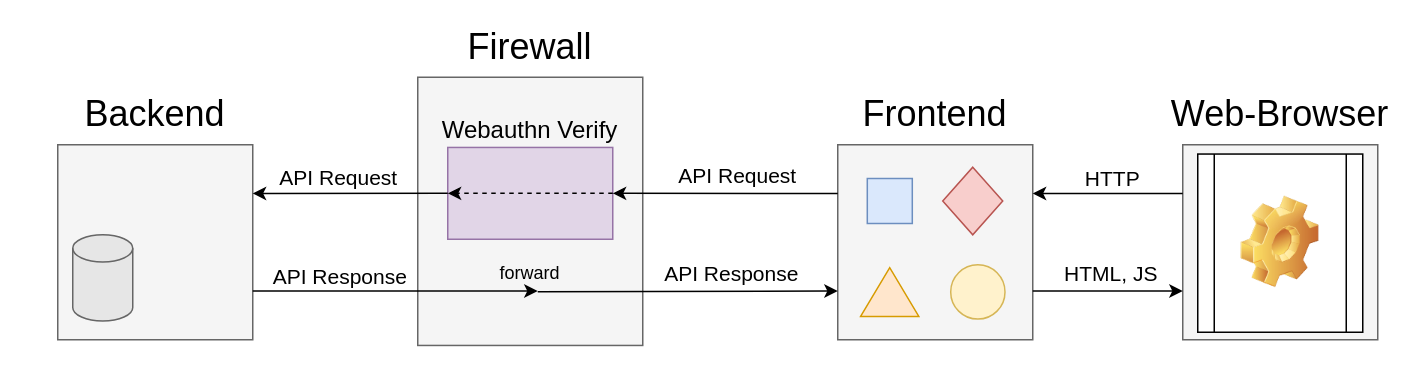
The draw.io diagram images/RESTful_with_firewall.drawio in DamianB-BitFlipper/MEng-Thesis, before the edit. Source tidied: cells renumbered, new cells numbered last; positions are measured from the earlier drawing's top-left corner, leaving out a move shared by most shapes. Both pictures are drawn from the tidied source at 150%, with x=0, y=0 at pixel (57, 32).
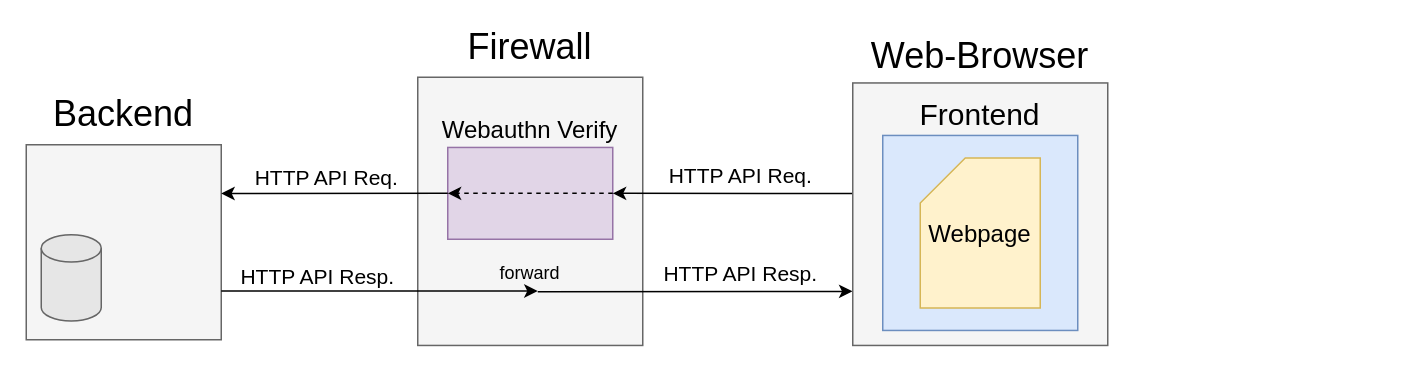
The same page after the edit.

The change refers to these unchanged cells:
```xml
<mxCell id="17" style="rounded=0;whiteSpace=wrap;html=1;fillColor=#e1d5e7;strokeColor=#9673a6;" parent="1" vertex="1">
  <mxGeometry x="260" y="76.8" width="110" height="61.2" as="geometry" />
</mxCell>
<mxCell id="24" style="endArrow=classic;html=1;exitX=0;exitY=0.5;exitDx=0;exitDy=0;entryX=1;entryY=0.25;entryDx=0;entryDy=0;" parent="1" edge="1" source="17" target="8">
  <mxGeometry relative="1" as="geometry" />
</mxCell>
<mxCell id="26" style="endArrow=classic;html=1;exitX=1;exitY=0.75;exitDx=0;exitDy=0;entryX=0.533;entryY=0.797;entryDx=0;entryDy=0;entryPerimeter=0;" parent="1" edge="1" source="8" target="15">
  <mxGeometry relative="1" as="geometry" />
</mxCell>
```

Change to the diagram source:
```diff
@@
-    <mxCell id="2" style="rounded=0;whiteSpace=wrap;html=1;fillColor=#f5f5f5;strokeColor=#666666;fontColor=#333333;" parent="1" vertex="1">
-      <mxGeometry x="520" y="75" width="130" height="130" as="geometry" />
-    </mxCell>
-    <mxCell id="3" value="&lt;font style=&quot;font-size: 24px&quot;&gt;Frontend&lt;/font&gt;" style="text;html=1;strokeColor=none;fillColor=none;align=center;verticalAlign=middle;whiteSpace=wrap;rounded=0;" parent="1" vertex="1">
-      <mxGeometry x="520" y="45" width="130" height="20" as="geometry" />
-    </mxCell>
-    <mxCell id="4" style="rhombus;whiteSpace=wrap;html=1;fillColor=#f8cecc;strokeColor=#b85450;" parent="1" vertex="1">
-      <mxGeometry x="590" y="90" width="40" height="45" as="geometry" />
-    </mxCell>
-    <mxCell id="5" style="rounded=0;whiteSpace=wrap;html=1;fillColor=#dae8fc;strokeColor=#6c8ebf;" parent="1" vertex="1">
-      <mxGeometry x="539.7" y="97.5" width="30" height="30" as="geometry" />
-    </mxCell>
-    <mxCell id="6" style="triangle;whiteSpace=wrap;html=1;rotation=-90;fillColor=#ffe6cc;strokeColor=#d79b00;" parent="1" vertex="1">
-      <mxGeometry x="538.4" y="153.8" width="32.5" height="38.8" as="geometry" />
-    </mxCell>
-    <mxCell id="7" style="ellipse;whiteSpace=wrap;html=1;fillColor=#fff2cc;strokeColor=#d6b656;" parent="1" vertex="1">
-      <mxGeometry x="595.3" y="155" width="36.2" height="36.2" as="geometry" />
-    </mxCell>
     <mxCell id="8" style="rounded=0;whiteSpace=wrap;html=1;fillColor=#f5f5f5;strokeColor=#666666;fontColor=#333333;" parent="1" vertex="1">
-      <mxGeometry y="75" width="130" height="130" as="geometry" />
+      <mxGeometry x="-21" y="75" width="130" height="130" as="geometry" />
     </mxCell>
     <mxCell id="9" value="&lt;font style=&quot;font-size: 24px&quot;&gt;Backend&lt;/font&gt;" style="text;html=1;strokeColor=none;fillColor=none;align=center;verticalAlign=middle;whiteSpace=wrap;rounded=0;" parent="1" vertex="1">
-      <mxGeometry y="45" width="130" height="20" as="geometry" />
+      <mxGeometry x="-21" y="45" width="130" height="20" as="geometry" />
     </mxCell>
     <mxCell id="10" style="shape=cylinder3;whiteSpace=wrap;html=1;boundedLbl=1;backgroundOutline=1;size=9.068965517241338;strokeColor=#666666;fontColor=#333333;fillColor=#E6E6E6;" parent="1" vertex="1">
-      <mxGeometry x="10" y="135" width="40" height="57.5" as="geometry" />
+      <mxGeometry x="-11" y="135" width="40" height="57.5" as="geometry" />
     </mxCell>
-    <mxCell id="11" style="rounded=0;whiteSpace=wrap;html=1;fillColor=#f5f5f5;strokeColor=#666666;fontColor=#333333;" parent="1" vertex="1">
-      <mxGeometry x="750" y="75" width="130" height="130" as="geometry" />
-    </mxCell>
-    <mxCell id="12" value="&lt;font style=&quot;font-size: 24px&quot;&gt;Web-Browser&lt;/font&gt;" style="text;html=1;strokeColor=none;fillColor=none;align=center;verticalAlign=middle;whiteSpace=wrap;rounded=0;" parent="1" vertex="1">
-      <mxGeometry x="740" y="45" width="150" height="20" as="geometry" />
-    </mxCell>
-    <mxCell id="13" style="shape=process;whiteSpace=wrap;html=1;backgroundOutline=1;" parent="1" vertex="1">
-      <mxGeometry x="760" y="81.2" width="110" height="118.8" as="geometry" />
-    </mxCell>
-    <mxCell id="14" style="shape=image;html=1;verticalLabelPosition=bottom;verticalAlign=top;imageAspect=1;image=img/clipart/Gear_128x128.png;" parent="1" vertex="1">
-      <mxGeometry x="789" y="109.5" width="52" height="61" as="geometry" />
-    </mxCell>
@@
-    <mxCell id="19" style="endArrow=classic;html=1;exitX=0;exitY=0.25;exitDx=0;exitDy=0;entryX=1;entryY=0.25;entryDx=0;entryDy=0;" parent="1" edge="1" source="11" target="2">
-      <mxGeometry relative="1" as="geometry" />
-    </mxCell>
-    <mxCell id="20" value="&lt;div style=&quot;font-size: 14px&quot;&gt;&lt;font style=&quot;font-size: 14px&quot;&gt;HTTP&lt;/font&gt;&lt;/div&gt;" style="edgeLabel;html=1;align=center;verticalAlign=middle;" parent="19" vertex="1">
-      <mxGeometry x="-0.12" y="2" relative="1" as="geometry">
-        <mxPoint x="-4" y="-12" as="offset" />
-      </mxGeometry>
-    </mxCell>
-    <mxCell id="21" style="endArrow=classic;html=1;entryX=1;entryY=0.5;entryDx=0;entryDy=0;exitX=0;exitY=0.25;exitDx=0;exitDy=0;" parent="1" edge="1" source="2" target="17">
+    <mxCell id="21" style="endArrow=classic;html=1;entryX=1;entryY=0.5;entryDx=0;entryDy=0;exitX=0.001;exitY=0.421;exitDx=0;exitDy=0;exitPerimeter=0;" parent="1" edge="1" source="33" target="17">
       <mxGeometry relative="1" as="geometry" />
     </mxCell>
-    <mxCell id="22" value="&lt;font style=&quot;font-size: 14px&quot;&gt;API Request&lt;/font&gt;" style="edgeLabel;html=1;align=center;verticalAlign=middle;" parent="21" vertex="1">
+    <mxCell id="22" value="&lt;font style=&quot;font-size: 14px&quot;&gt;HTTP API Req.&lt;br&gt;&lt;/font&gt;" style="edgeLabel;html=1;align=center;verticalAlign=middle;" parent="21" vertex="1">
       <mxGeometry x="0.53" relative="1" as="geometry">
         <mxPoint x="47" y="-12" as="offset" />
       </mxGeometry>
     </mxCell>
@@
-    <mxCell id="25" value="&lt;font style=&quot;font-size: 14px&quot;&gt;API Request&lt;br&gt;&lt;/font&gt;" style="edgeLabel;html=1;align=center;verticalAlign=middle;" parent="24" vertex="1">
+    <mxCell id="25" value="&lt;font style=&quot;font-size: 14px&quot;&gt;HTTP API Req.&lt;/font&gt;&lt;font style=&quot;font-size: 14px&quot;&gt;&lt;br&gt;&lt;/font&gt;" style="edgeLabel;html=1;align=center;verticalAlign=middle;" parent="24" vertex="1">
       <mxGeometry x="0.56" y="-2" relative="1" as="geometry">
-        <mxPoint x="28" y="-9" as="offset" />
+        <mxPoint x="37" y="-9" as="offset" />
       </mxGeometry>
     </mxCell>
@@
-    <mxCell id="27" value="&lt;font style=&quot;font-size: 14px&quot;&gt;API Response&lt;/font&gt;" style="edgeLabel;html=1;align=center;verticalAlign=middle;" parent="26" vertex="1">
+    <mxCell id="27" value="&lt;font style=&quot;font-size: 14px&quot;&gt;HTTP &lt;font style=&quot;font-size: 14px&quot;&gt;API Resp.&lt;/font&gt;&lt;/font&gt;" style="edgeLabel;html=1;align=center;verticalAlign=middle;" parent="26" vertex="1">
       <mxGeometry x="-0.4" y="3" relative="1" as="geometry">
         <mxPoint y="-7" as="offset" />
       </mxGeometry>
     </mxCell>
-    <mxCell id="28" style="endArrow=classic;html=1;entryX=0;entryY=0.75;entryDx=0;entryDy=0;" parent="1" edge="1" target="2">
+    <mxCell id="28" style="endArrow=classic;html=1;entryX=-0.001;entryY=0.794;entryDx=0;entryDy=0;entryPerimeter=0;" parent="1" edge="1" target="33">
       <mxGeometry relative="1" as="geometry">
         <mxPoint x="320" y="173" as="sourcePoint" />
       </mxGeometry>
     </mxCell>
-    <mxCell id="29" value="&lt;div style=&quot;font-size: 14px&quot;&gt;API Response&lt;/div&gt;" style="edgeLabel;html=1;align=center;verticalAlign=middle;" parent="28" vertex="1">
+    <mxCell id="29" value="&lt;font style=&quot;font-size: 14px&quot;&gt;HTTP API Resp.&lt;br&gt;&lt;/font&gt;" style="edgeLabel;html=1;align=center;verticalAlign=middle;" parent="28" vertex="1">
       <mxGeometry x="0.26" y="1" relative="1" as="geometry">
         <mxPoint x="3" y="-11" as="offset" />
       </mxGeometry>
     </mxCell>
@@
-    <mxCell id="31" style="endArrow=classic;html=1;exitX=1;exitY=0.75;exitDx=0;exitDy=0;entryX=0;entryY=0.75;entryDx=0;entryDy=0;" parent="1" edge="1" source="2" target="11">
-      <mxGeometry relative="1" as="geometry" />
-    </mxCell>
-    <mxCell id="32" value="&lt;font style=&quot;font-size: 14px&quot;&gt;HTML, JS&lt;br&gt;&lt;/font&gt;" style="edgeLabel;html=1;align=center;verticalAlign=middle;" parent="31" vertex="1">
-      <mxGeometry x="0.27" y="2" relative="1" as="geometry">
-        <mxPoint x="-13" y="-10" as="offset" />
-      </mxGeometry>
-    </mxCell>
+    <mxCell id="33" style="rounded=0;whiteSpace=wrap;html=1;fillColor=#f5f5f5;strokeColor=#666666;fontColor=#333333;" parent="1" vertex="1">
+      <mxGeometry x="530" y="33.8" width="170" height="175" as="geometry" />
+    </mxCell>
+    <mxCell id="12" value="&lt;font style=&quot;font-size: 24px&quot;&gt;Web-Browser&lt;/font&gt;" style="text;html=1;strokeColor=none;fillColor=none;align=center;verticalAlign=middle;whiteSpace=wrap;rounded=0;" parent="1" vertex="1">
+      <mxGeometry x="540" y="6.2" width="150" height="20" as="geometry" />
+    </mxCell>
+    <mxCell id="34" style="rounded=0;whiteSpace=wrap;html=1;fillColor=#dae8fc;strokeColor=#6c8ebf;" parent="1" vertex="1">
+      <mxGeometry x="550" y="68.8" width="130" height="130" as="geometry" />
+    </mxCell>
+    <mxCell id="35" value="&lt;font style=&quot;font-size: 16px&quot;&gt;Webpage&lt;/font&gt;" style="shape=card;whiteSpace=wrap;html=1;fillColor=#fff2cc;strokeColor=#d6b656;" parent="1" vertex="1">
+      <mxGeometry x="575" y="83.8" width="80" height="100" as="geometry" />
+    </mxCell>
+    <mxCell id="3" value="&lt;font style=&quot;font-size: 20px&quot;&gt;Frontend&lt;/font&gt;" style="text;html=1;strokeColor=none;fillColor=none;align=center;verticalAlign=middle;whiteSpace=wrap;rounded=0;" parent="1" vertex="1">
+      <mxGeometry x="550" y="44" width="130" height="20" as="geometry" />
+    </mxCell>
```
